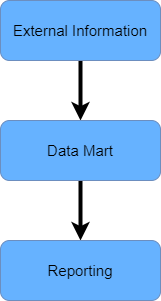
Above: content/posts/introduction-to-data-warehousing/images/dw-workflow.png in JosueDLA/JosueDLA.github.io (draw.io), before the change. Source tidied: cells renumbered, new cells last; positions are measured from the earlier drawing's top-left corner, leaving out a move shared by most shapes.
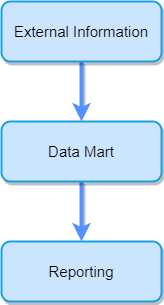
Above is the later version.

Commit message:
Add main content on Introduction to Data Warehousing post

Change to the diagram source:
```diff
@@ -2,19 +2,19 @@
   <root>
     <mxCell id="0" />
     <mxCell id="1" parent="0" />
-    <mxCell id="2" style="edgeStyle=none;html=1;entryX=0.5;entryY=0;entryDx=0;entryDy=0;strokeWidth=4;" parent="1" edge="1" source="3" target="5">
+    <mxCell id="2" style="edgeStyle=none;html=1;entryX=0.5;entryY=0;entryDx=0;entryDy=0;strokeWidth=4;strokeColor=#5391FE;shadow=1;" parent="1" edge="1" source="3" target="5">
       <mxGeometry relative="1" as="geometry" />
     </mxCell>
-    <mxCell id="3" value="&lt;font style=&quot;font-size: 15px&quot; color=&quot;#000000&quot;&gt;External Information&lt;/font&gt;" style="rounded=1;whiteSpace=wrap;html=1;fillColor=#66B2FF;strokeColor=#6C8EBF;" parent="1" vertex="1">
+    <mxCell id="3" value="&lt;font style=&quot;font-size: 15px&quot; color=&quot;#000000&quot;&gt;External Information&lt;/font&gt;" style="rounded=1;whiteSpace=wrap;html=1;fillColor=#CCE5FF;strokeWidth=2;strokeColor=#1BA1E2;shadow=1;" parent="1" vertex="1">
       <mxGeometry width="160" height="60" as="geometry" />
     </mxCell>
-    <mxCell id="4" style="edgeStyle=none;html=1;entryX=0.5;entryY=0;entryDx=0;entryDy=0;strokeWidth=4;" parent="1" edge="1" source="5" target="6">
+    <mxCell id="4" style="edgeStyle=none;html=1;entryX=0.5;entryY=0;entryDx=0;entryDy=0;strokeWidth=4;strokeColor=#5391FE;shadow=1;" parent="1" edge="1" source="5" target="6">
       <mxGeometry relative="1" as="geometry" />
     </mxCell>
-    <mxCell id="5" value="&lt;font style=&quot;font-size: 15px&quot; color=&quot;#000000&quot;&gt;Data Mart&lt;/font&gt;" style="rounded=1;whiteSpace=wrap;html=1;fillColor=#66B2FF;strokeColor=#6C8EBF;" parent="1" vertex="1">
+    <mxCell id="5" value="&lt;font style=&quot;font-size: 15px&quot; color=&quot;#000000&quot;&gt;Data Mart&lt;/font&gt;" style="rounded=1;whiteSpace=wrap;html=1;fillColor=#CCE5FF;perimeterSpacing=0;strokeWidth=2;strokeColor=#1BA1E2;shadow=1;" parent="1" vertex="1">
       <mxGeometry y="120" width="160" height="60" as="geometry" />
     </mxCell>
-    <mxCell id="6" value="&lt;font style=&quot;font-size: 15px&quot; color=&quot;#000000&quot;&gt;Reporting&lt;/font&gt;" style="rounded=1;whiteSpace=wrap;html=1;fontColor=#ffffff;fillColor=#66B2FF;strokeColor=#6C8EBF;" parent="1" vertex="1">
+    <mxCell id="6" value="&lt;font style=&quot;font-size: 15px&quot; color=&quot;#000000&quot;&gt;Reporting&lt;/font&gt;" style="rounded=1;whiteSpace=wrap;html=1;fontColor=#ffffff;fillColor=#CCE5FF;strokeColor=#1BA1E2;strokeWidth=2;shadow=1;" parent="1" vertex="1">
       <mxGeometry y="240" width="160" height="60" as="geometry" />
     </mxCell>
   </root>
```
